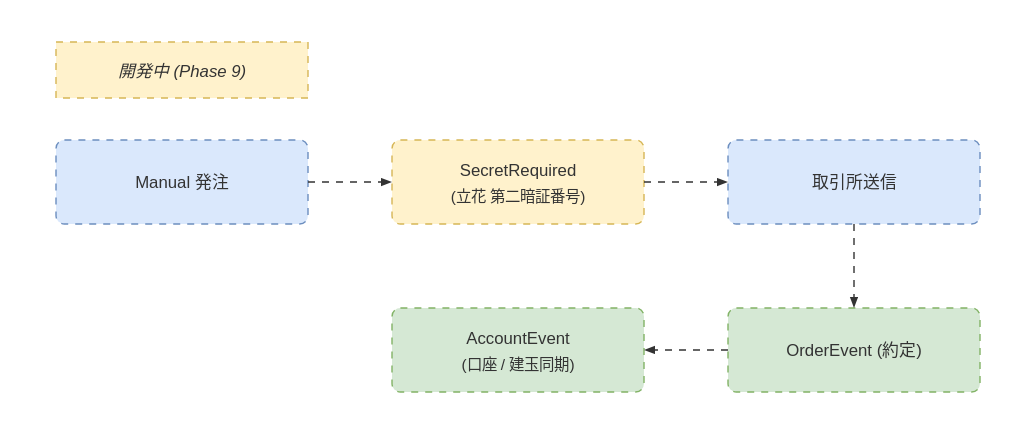
Earlier version of the draw.io export docs/wiki/assets/order-flow.drawio.svg (botterYosuke/The-Trader-Was-Replaced). Source tidied: cells renumbered, new cells last; positions are measured from the earlier drawing's top-left corner, leaving out a move shared by most shapes. The source it was exported from:
```xml
<mxGraphModel>
  <root>
    <mxCell id="0" />
    <mxCell id="1" parent="0" />
    <mxCell id="2" value="開発中 (Phase 9)" style="rounded=0;whiteSpace=wrap;html=1;dashed=1;fillColor=#fff2cc;strokeColor=#d6b656;fontStyle=2;" parent="1" vertex="1">
      <mxGeometry width="180" height="40" as="geometry" />
    </mxCell>
    <mxCell id="3" value="Manual 発注" style="rounded=1;whiteSpace=wrap;html=1;dashed=1;fillColor=#dae8fc;strokeColor=#6c8ebf;" parent="1" vertex="1">
      <mxGeometry y="70" width="180" height="60" as="geometry" />
    </mxCell>
    <mxCell id="4" value="SecretRequired&#10;(立花 第二暗証番号)" style="rounded=1;whiteSpace=wrap;html=1;dashed=1;fillColor=#fff2cc;strokeColor=#d6b656;" parent="1" vertex="1">
      <mxGeometry x="240" y="70" width="180" height="60" as="geometry" />
    </mxCell>
    <mxCell id="5" value="取引所送信" style="rounded=1;whiteSpace=wrap;html=1;dashed=1;fillColor=#dae8fc;strokeColor=#6c8ebf;" parent="1" vertex="1">
      <mxGeometry x="480" y="70" width="180" height="60" as="geometry" />
    </mxCell>
    <mxCell id="6" value="OrderEvent (約定)" style="rounded=1;whiteSpace=wrap;html=1;dashed=1;fillColor=#d5e8d4;strokeColor=#82b366;" parent="1" vertex="1">
      <mxGeometry x="480" y="190" width="180" height="60" as="geometry" />
    </mxCell>
    <mxCell id="7" value="AccountEvent&#10;(口座 / 建玉同期)" style="rounded=1;whiteSpace=wrap;html=1;dashed=1;fillColor=#d5e8d4;strokeColor=#82b366;" parent="1" vertex="1">
      <mxGeometry x="240" y="190" width="180" height="60" as="geometry" />
    </mxCell>
    <mxCell id="8" style="edgeStyle=orthogonalEdgeStyle;rounded=1;html=1;dashed=1;" parent="1" edge="1" source="3" target="4">
      <mxGeometry relative="1" as="geometry" />
    </mxCell>
    <mxCell id="9" style="edgeStyle=orthogonalEdgeStyle;rounded=1;html=1;dashed=1;" parent="1" edge="1" source="4" target="5">
      <mxGeometry relative="1" as="geometry" />
    </mxCell>
    <mxCell id="10" style="edgeStyle=orthogonalEdgeStyle;rounded=1;html=1;dashed=1;" parent="1" edge="1" source="5" target="6">
      <mxGeometry relative="1" as="geometry" />
    </mxCell>
    <mxCell id="11" style="edgeStyle=orthogonalEdgeStyle;rounded=1;html=1;dashed=1;" parent="1" edge="1" source="6" target="7">
      <mxGeometry relative="1" as="geometry" />
    </mxCell>
  </root>
</mxGraphModel>
```
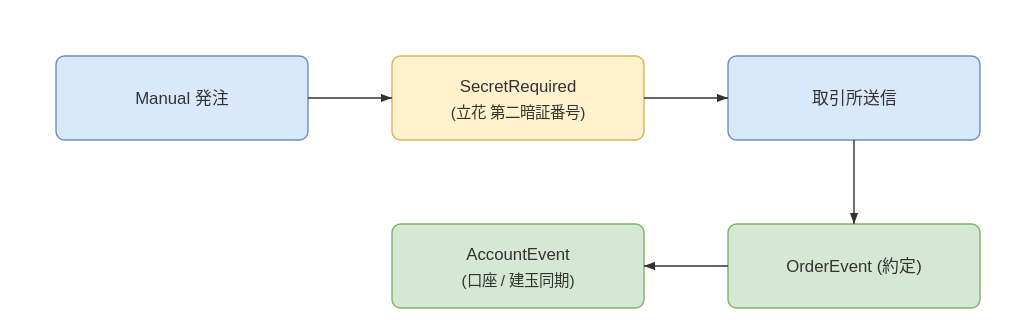
Above is the later version.

The edit, as a diff of the source:
```diff
@@ -2,34 +2,31 @@
   <root>
     <mxCell id="0" />
     <mxCell id="1" parent="0" />
-    <mxCell id="2" value="開発中 (Phase 9)" style="rounded=0;whiteSpace=wrap;html=1;dashed=1;fillColor=#fff2cc;strokeColor=#d6b656;fontStyle=2;" parent="1" vertex="1">
-      <mxGeometry width="180" height="40" as="geometry" />
-    </mxCell>
-    <mxCell id="3" value="Manual 発注" style="rounded=1;whiteSpace=wrap;html=1;dashed=1;fillColor=#dae8fc;strokeColor=#6c8ebf;" parent="1" vertex="1">
+    <mxCell id="3" value="Manual 発注" style="rounded=1;whiteSpace=wrap;html=1;fillColor=#dae8fc;strokeColor=#6c8ebf;" parent="1" vertex="1">
       <mxGeometry y="70" width="180" height="60" as="geometry" />
     </mxCell>
-    <mxCell id="4" value="SecretRequired&#10;(立花 第二暗証番号)" style="rounded=1;whiteSpace=wrap;html=1;dashed=1;fillColor=#fff2cc;strokeColor=#d6b656;" parent="1" vertex="1">
+    <mxCell id="4" value="SecretRequired&#10;(立花 第二暗証番号)" style="rounded=1;whiteSpace=wrap;html=1;fillColor=#fff2cc;strokeColor=#d6b656;" parent="1" vertex="1">
       <mxGeometry x="240" y="70" width="180" height="60" as="geometry" />
     </mxCell>
-    <mxCell id="5" value="取引所送信" style="rounded=1;whiteSpace=wrap;html=1;dashed=1;fillColor=#dae8fc;strokeColor=#6c8ebf;" parent="1" vertex="1">
+    <mxCell id="5" value="取引所送信" style="rounded=1;whiteSpace=wrap;html=1;fillColor=#dae8fc;strokeColor=#6c8ebf;" parent="1" vertex="1">
       <mxGeometry x="480" y="70" width="180" height="60" as="geometry" />
     </mxCell>
-    <mxCell id="6" value="OrderEvent (約定)" style="rounded=1;whiteSpace=wrap;html=1;dashed=1;fillColor=#d5e8d4;strokeColor=#82b366;" parent="1" vertex="1">
+    <mxCell id="6" value="OrderEvent (約定)" style="rounded=1;whiteSpace=wrap;html=1;fillColor=#d5e8d4;strokeColor=#82b366;" parent="1" vertex="1">
       <mxGeometry x="480" y="190" width="180" height="60" as="geometry" />
     </mxCell>
-    <mxCell id="7" value="AccountEvent&#10;(口座 / 建玉同期)" style="rounded=1;whiteSpace=wrap;html=1;dashed=1;fillColor=#d5e8d4;strokeColor=#82b366;" parent="1" vertex="1">
+    <mxCell id="7" value="AccountEvent&#10;(口座 / 建玉同期)" style="rounded=1;whiteSpace=wrap;html=1;fillColor=#d5e8d4;strokeColor=#82b366;" parent="1" vertex="1">
       <mxGeometry x="240" y="190" width="180" height="60" as="geometry" />
     </mxCell>
-    <mxCell id="8" style="edgeStyle=orthogonalEdgeStyle;rounded=1;html=1;dashed=1;" parent="1" edge="1" source="3" target="4">
+    <mxCell id="8" style="edgeStyle=orthogonalEdgeStyle;rounded=1;html=1;" parent="1" edge="1" source="3" target="4">
       <mxGeometry relative="1" as="geometry" />
     </mxCell>
-    <mxCell id="9" style="edgeStyle=orthogonalEdgeStyle;rounded=1;html=1;dashed=1;" parent="1" edge="1" source="4" target="5">
+    <mxCell id="9" style="edgeStyle=orthogonalEdgeStyle;rounded=1;html=1;" parent="1" edge="1" source="4" target="5">
       <mxGeometry relative="1" as="geometry" />
     </mxCell>
-    <mxCell id="10" style="edgeStyle=orthogonalEdgeStyle;rounded=1;html=1;dashed=1;" parent="1" edge="1" source="5" target="6">
+    <mxCell id="10" style="edgeStyle=orthogonalEdgeStyle;rounded=1;html=1;" parent="1" edge="1" source="5" target="6">
       <mxGeometry relative="1" as="geometry" />
     </mxCell>
-    <mxCell id="11" style="edgeStyle=orthogonalEdgeStyle;rounded=1;html=1;dashed=1;" parent="1" edge="1" source="6" target="7">
+    <mxCell id="11" style="edgeStyle=orthogonalEdgeStyle;rounded=1;html=1;" parent="1" edge="1" source="6" target="7">
       <mxGeometry relative="1" as="geometry" />
     </mxCell>
   </root>
```
